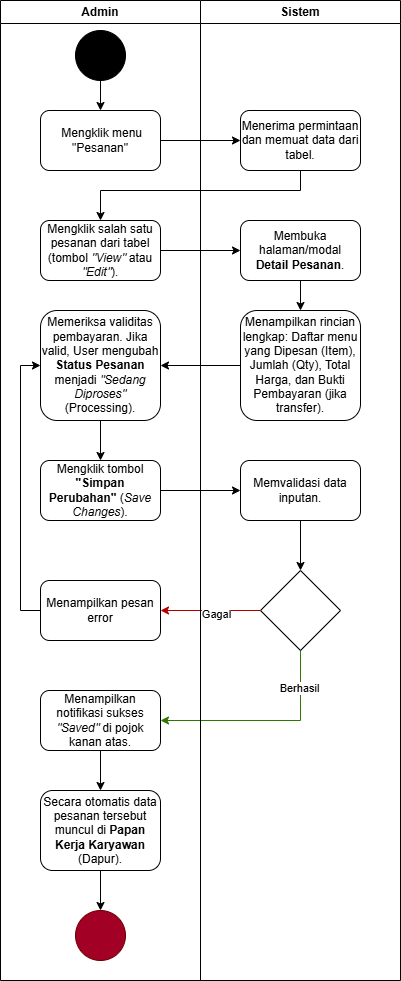
gustitriprayoga/Sistem-Pembayaran-QR keeps this draw.io diagram as Docs/Use Case/activityfinal/Activity Diagram-Pesanan.drawio.png. Above is the earlier version. Source tidied: cells renumbered, new cells last; positions are measured from the earlier drawing's top-left corner, leaving out a move shared by most shapes.
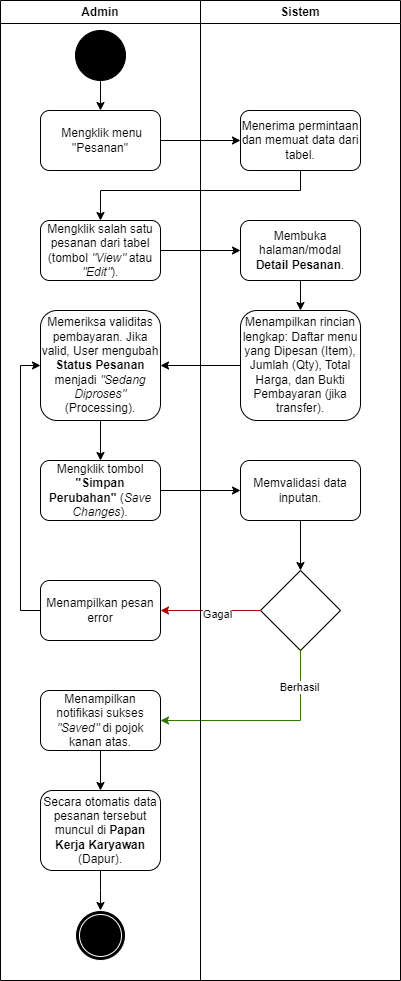
The same file after the commit.

Change to the diagram source:
```diff
@@ -82,8 +82,10 @@
     <mxCell id="26" value="Menampilkan notifikasi sukses &lt;i&gt;&quot;Saved&quot;&lt;/i&gt; di pojok kanan atas." style="rounded=1;whiteSpace=wrap;html=1;" parent="1" vertex="1">
       <mxGeometry x="40" y="690" width="120" height="60" as="geometry" />
     </mxCell>
-    <mxCell id="27" style="edgeStyle=orthogonalEdgeStyle;rounded=0;jettySize=auto;html=1;exitX=0.5;exitY=1;exitDx=0;exitDy=0;entryX=0.5;entryY=0;entryDx=0;entryDy=0;" parent="1" edge="1" source="28" target="31">
-      <mxGeometry relative="1" as="geometry" />
+    <mxCell id="27" style="edgeStyle=orthogonalEdgeStyle;rounded=0;jettySize=auto;html=1;exitX=0.5;exitY=1;exitDx=0;exitDy=0;entryX=0.5;entryY=0;entryDx=0;entryDy=0;" parent="1" edge="1" source="28">
+      <mxGeometry relative="1" as="geometry">
+        <mxPoint x="100" y="910" as="targetPoint" />
+      </mxGeometry>
     </mxCell>
     <mxCell id="28" value="Secara otomatis data pesanan tersebut muncul di &lt;b&gt;Papan Kerja Karyawan&lt;/b&gt; (Dapur)." style="rounded=1;whiteSpace=wrap;html=1;" parent="1" vertex="1">
       <mxGeometry x="40" y="790" width="120" height="80" as="geometry" />
@@ -94,12 +96,12 @@
     <mxCell id="30" style="ellipse;whiteSpace=wrap;html=1;fillColor=#000000;" parent="1" vertex="1">
       <mxGeometry x="75" y="30" width="50" height="50" as="geometry" />
     </mxCell>
-    <mxCell id="31" style="ellipse;whiteSpace=wrap;html=1;fillColor=#a20025;fontColor=#ffffff;strokeColor=#6F0000;" parent="1" vertex="1">
-      <mxGeometry x="75" y="910" width="50" height="50" as="geometry" />
-    </mxCell>
     <mxCell id="32" value="Admin" style="swimlane;whiteSpace=wrap;html=1;" parent="1" vertex="1">
       <mxGeometry width="200" height="980" as="geometry" />
     </mxCell>
+    <mxCell id="34" style="ellipse;shape=doubleEllipse;whiteSpace=wrap;html=1;fillColor=#000000;fontColor=#ffffff;strokeColor=#FFFFFF;" parent="32" vertex="1">
+      <mxGeometry x="75" y="910" width="50" height="50" as="geometry" />
+    </mxCell>
     <mxCell id="33" value="Sistem" style="swimlane;whiteSpace=wrap;html=1;" parent="1" vertex="1">
       <mxGeometry x="200" width="200" height="980" as="geometry" />
     </mxCell>
```
